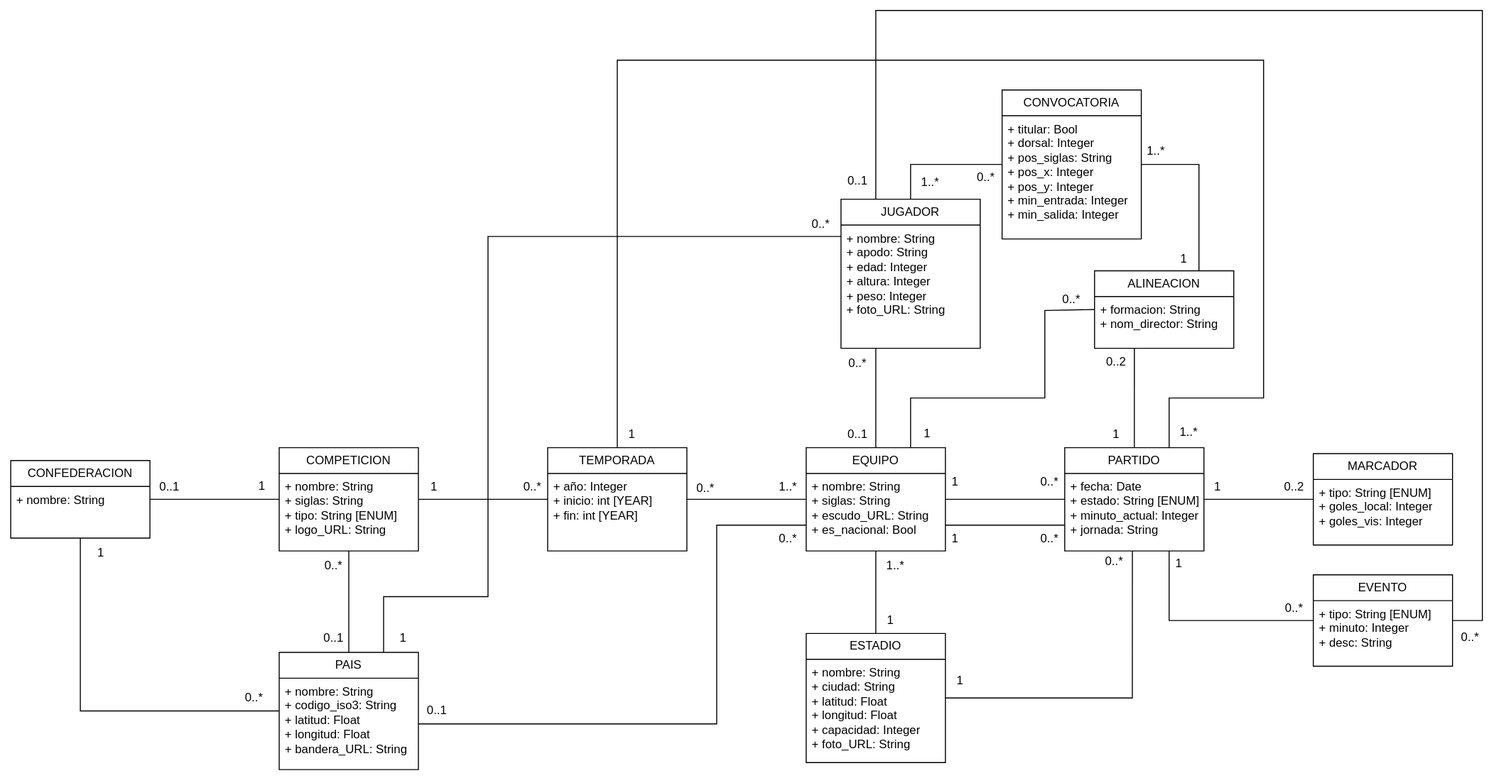
This is ModeloDominio.svg from FDB-52450/TPI_GeoFootball04, a draw.io export, as it was before one commit. Source tidied: cells renumbered, new cells last; positions are measured from the earlier drawing's top-left corner, leaving out a move shared by most shapes.
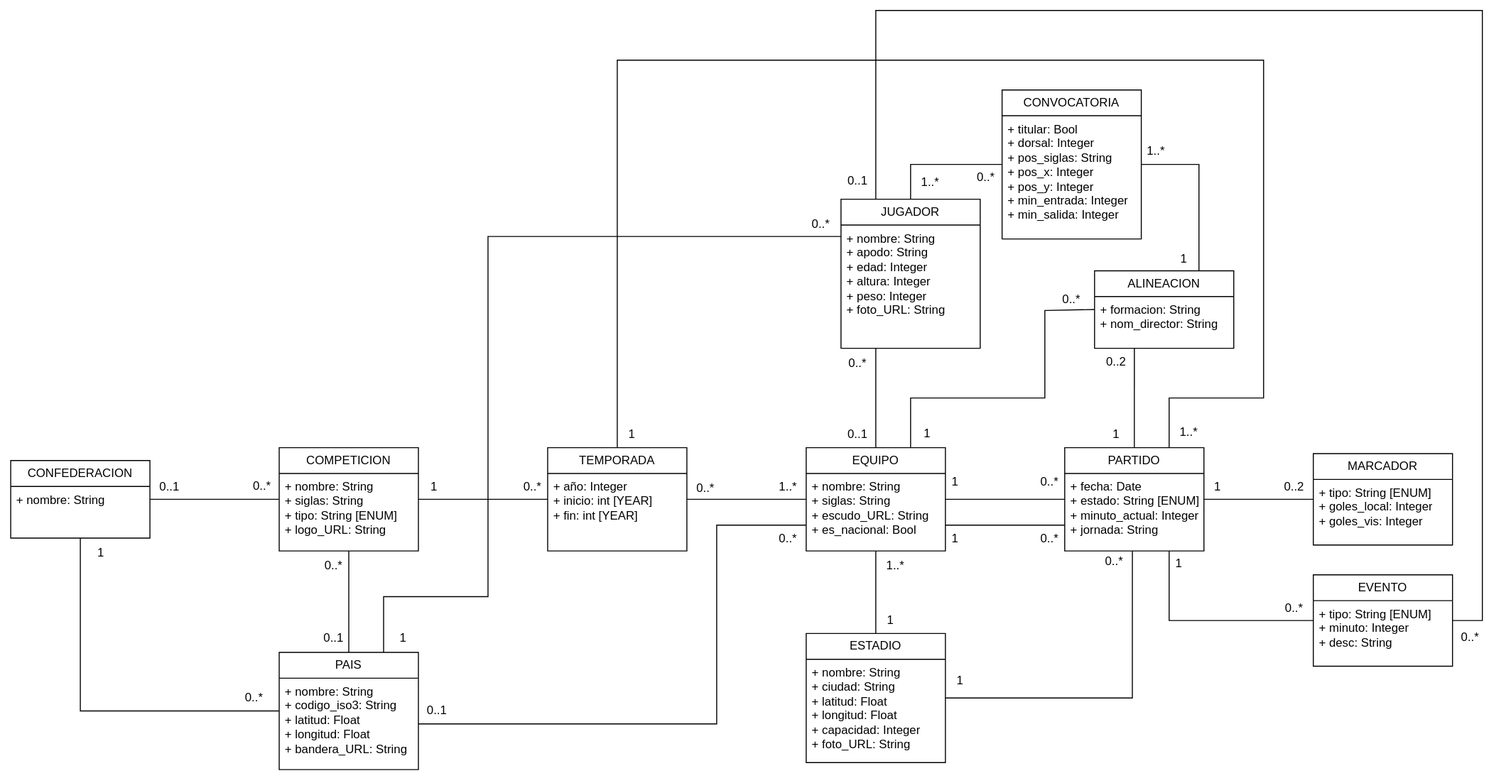
After the commit.

Commit message:
docs: arreglar multiplicidad entre competicion y confederacion

What changed in the source:
```diff
@@ -167,7 +167,7 @@
     <mxCell id="48" value="0..1" style="text;html=1;whiteSpace=wrap;strokeColor=none;fillColor=none;align=center;verticalAlign=middle;rounded=0;" parent="1" vertex="1">
       <mxGeometry x="135" y="465" width="50" height="30" as="geometry" />
     </mxCell>
-    <mxCell id="49" value="1" style="text;html=1;whiteSpace=wrap;strokeColor=none;fillColor=none;align=center;verticalAlign=middle;rounded=0;" parent="1" vertex="1">
+    <mxCell id="49" value="0..*" style="text;html=1;whiteSpace=wrap;strokeColor=none;fillColor=none;align=center;verticalAlign=middle;rounded=0;" parent="1" vertex="1">
       <mxGeometry x="228" y="464" width="50" height="30" as="geometry" />
     </mxCell>
     <mxCell id="50" value="0..*" style="text;html=1;whiteSpace=wrap;strokeColor=none;fillColor=none;align=center;verticalAlign=middle;rounded=0;" parent="1" vertex="1">
```
